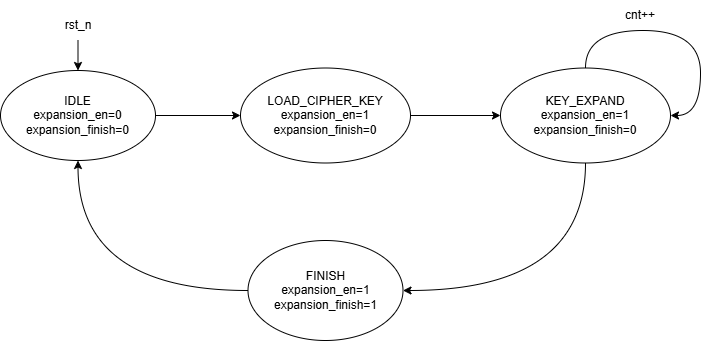
Earlier version of the draw.io export media/AESKeyExpansion-CU_FSM.png (LQLManZz/AES128-Verilog). Source tidied: cells renumbered, new cells last; positions are measured from the earlier drawing's top-left corner, leaving out a move shared by most shapes. Source of this version:
```xml
<mxGraphModel>
  <root>
    <mxCell id="0" />
    <mxCell id="1" parent="0" />
    <mxCell id="2" style="edgeStyle=orthogonalEdgeStyle;rounded=0;jettySize=auto;html=1;exitX=1;exitY=0.5;exitDx=0;exitDy=0;entryX=0;entryY=0.5;entryDx=0;entryDy=0;" parent="1" edge="1" source="3" target="7">
      <mxGeometry relative="1" as="geometry" />
    </mxCell>
    <mxCell id="3" value="IDLE&lt;div&gt;expansion_en=0&lt;/div&gt;&lt;div&gt;expansion_finish=0&lt;/div&gt;" style="ellipse;whiteSpace=wrap;html=1;" parent="1" vertex="1">
      <mxGeometry y="70" width="155" height="90" as="geometry" />
    </mxCell>
    <mxCell id="4" style="edgeStyle=orthogonalEdgeStyle;rounded=0;jettySize=auto;html=1;exitX=0.5;exitY=1;exitDx=0;exitDy=0;entryX=0.5;entryY=0;entryDx=0;entryDy=0;" parent="1" edge="1" source="5" target="3">
      <mxGeometry relative="1" as="geometry" />
    </mxCell>
    <mxCell id="5" value="rst_n" style="text;html=1;whiteSpace=wrap;strokeColor=none;fillColor=none;align=center;verticalAlign=middle;rounded=0;" parent="1" vertex="1">
      <mxGeometry x="47.5" y="10" width="60" height="30" as="geometry" />
    </mxCell>
    <mxCell id="6" style="edgeStyle=orthogonalEdgeStyle;rounded=0;jettySize=auto;html=1;exitX=1;exitY=0.5;exitDx=0;exitDy=0;entryX=0;entryY=0.5;entryDx=0;entryDy=0;" parent="1" edge="1" source="7" target="9">
      <mxGeometry relative="1" as="geometry" />
    </mxCell>
    <mxCell id="7" value="LOAD_CIPHER_KEY&lt;div&gt;expansion_en=1&lt;/div&gt;&lt;div&gt;expansion_finish=0&lt;/div&gt;" style="ellipse;whiteSpace=wrap;html=1;" parent="1" vertex="1">
      <mxGeometry x="240" y="67.5" width="170" height="95" as="geometry" />
    </mxCell>
    <mxCell id="8" style="edgeStyle=orthogonalEdgeStyle;rounded=0;jettySize=auto;html=1;exitX=0.5;exitY=1;exitDx=0;exitDy=0;entryX=1;entryY=0.5;entryDx=0;entryDy=0;curved=1;" parent="1" edge="1" source="9" target="11">
      <mxGeometry relative="1" as="geometry" />
    </mxCell>
    <mxCell id="9" value="KEY_EXPAND&lt;div&gt;&lt;div&gt;expansion_en=1&lt;/div&gt;&lt;div&gt;expansion_finish=0&lt;/div&gt;&lt;/div&gt;" style="ellipse;whiteSpace=wrap;html=1;" parent="1" vertex="1">
      <mxGeometry x="500" y="67.5" width="170" height="95" as="geometry" />
    </mxCell>
    <mxCell id="10" style="edgeStyle=orthogonalEdgeStyle;rounded=0;jettySize=auto;html=1;exitX=0;exitY=0.5;exitDx=0;exitDy=0;entryX=0.5;entryY=1;entryDx=0;entryDy=0;curved=1;" parent="1" edge="1" source="11" target="3">
      <mxGeometry relative="1" as="geometry" />
    </mxCell>
    <mxCell id="11" value="FINISH&lt;div&gt;&lt;div&gt;expansion_en=1&lt;/div&gt;&lt;div&gt;expansion_finish=1&lt;/div&gt;&lt;/div&gt;" style="ellipse;whiteSpace=wrap;html=1;" parent="1" vertex="1">
      <mxGeometry x="247.5" y="240" width="155" height="100" as="geometry" />
    </mxCell>
    <mxCell id="12" value="cnt++" style="text;html=1;whiteSpace=wrap;strokeColor=none;fillColor=none;align=center;verticalAlign=middle;rounded=0;" parent="1" vertex="1">
      <mxGeometry x="610" width="60" height="30" as="geometry" />
    </mxCell>
    <mxCell id="13" style="edgeStyle=orthogonalEdgeStyle;rounded=0;orthogonalLoop=1;jettySize=auto;html=1;exitX=0.5;exitY=0;exitDx=0;exitDy=0;entryX=1;entryY=0.5;entryDx=0;entryDy=0;curved=1;" parent="1" edge="1" source="9" target="9">
      <mxGeometry relative="1" as="geometry">
        <Array as="points">
          <mxPoint x="585" y="30" />
          <mxPoint x="700" y="30" />
          <mxPoint x="700" y="115" />
        </Array>
      </mxGeometry>
    </mxCell>
  </root>
</mxGraphModel>
```
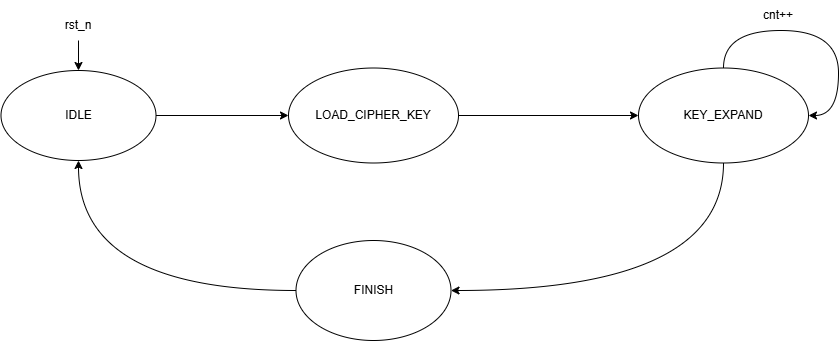
Later version of the same file.

What changed in the source:
```diff
@@ -5,42 +5,42 @@
     <mxCell id="2" style="edgeStyle=orthogonalEdgeStyle;rounded=0;jettySize=auto;html=1;exitX=1;exitY=0.5;exitDx=0;exitDy=0;entryX=0;entryY=0.5;entryDx=0;entryDy=0;" parent="1" edge="1" source="3" target="7">
       <mxGeometry relative="1" as="geometry" />
     </mxCell>
-    <mxCell id="3" value="IDLE&lt;div&gt;expansion_en=0&lt;/div&gt;&lt;div&gt;expansion_finish=0&lt;/div&gt;" style="ellipse;whiteSpace=wrap;html=1;" parent="1" vertex="1">
-      <mxGeometry y="70" width="155" height="90" as="geometry" />
+    <mxCell id="3" value="IDLE" style="ellipse;whiteSpace=wrap;html=1;" parent="1" vertex="1">
+      <mxGeometry x="-47.5" y="70" width="155" height="90" as="geometry" />
     </mxCell>
     <mxCell id="4" style="edgeStyle=orthogonalEdgeStyle;rounded=0;jettySize=auto;html=1;exitX=0.5;exitY=1;exitDx=0;exitDy=0;entryX=0.5;entryY=0;entryDx=0;entryDy=0;" parent="1" edge="1" source="5" target="3">
       <mxGeometry relative="1" as="geometry" />
     </mxCell>
     <mxCell id="5" value="rst_n" style="text;html=1;whiteSpace=wrap;strokeColor=none;fillColor=none;align=center;verticalAlign=middle;rounded=0;" parent="1" vertex="1">
-      <mxGeometry x="47.5" y="10" width="60" height="30" as="geometry" />
+      <mxGeometry y="10" width="60" height="30" as="geometry" />
     </mxCell>
     <mxCell id="6" style="edgeStyle=orthogonalEdgeStyle;rounded=0;jettySize=auto;html=1;exitX=1;exitY=0.5;exitDx=0;exitDy=0;entryX=0;entryY=0.5;entryDx=0;entryDy=0;" parent="1" edge="1" source="7" target="9">
       <mxGeometry relative="1" as="geometry" />
     </mxCell>
-    <mxCell id="7" value="LOAD_CIPHER_KEY&lt;div&gt;expansion_en=1&lt;/div&gt;&lt;div&gt;expansion_finish=0&lt;/div&gt;" style="ellipse;whiteSpace=wrap;html=1;" parent="1" vertex="1">
+    <mxCell id="7" value="LOAD_CIPHER_KEY" style="ellipse;whiteSpace=wrap;html=1;" parent="1" vertex="1">
       <mxGeometry x="240" y="67.5" width="170" height="95" as="geometry" />
     </mxCell>
     <mxCell id="8" style="edgeStyle=orthogonalEdgeStyle;rounded=0;jettySize=auto;html=1;exitX=0.5;exitY=1;exitDx=0;exitDy=0;entryX=1;entryY=0.5;entryDx=0;entryDy=0;curved=1;" parent="1" edge="1" source="9" target="11">
       <mxGeometry relative="1" as="geometry" />
     </mxCell>
-    <mxCell id="9" value="KEY_EXPAND&lt;div&gt;&lt;div&gt;expansion_en=1&lt;/div&gt;&lt;div&gt;expansion_finish=0&lt;/div&gt;&lt;/div&gt;" style="ellipse;whiteSpace=wrap;html=1;" parent="1" vertex="1">
-      <mxGeometry x="500" y="67.5" width="170" height="95" as="geometry" />
+    <mxCell id="9" value="KEY_EXPAND" style="ellipse;whiteSpace=wrap;html=1;" parent="1" vertex="1">
+      <mxGeometry x="590" y="67.5" width="170" height="95" as="geometry" />
     </mxCell>
     <mxCell id="10" style="edgeStyle=orthogonalEdgeStyle;rounded=0;jettySize=auto;html=1;exitX=0;exitY=0.5;exitDx=0;exitDy=0;entryX=0.5;entryY=1;entryDx=0;entryDy=0;curved=1;" parent="1" edge="1" source="11" target="3">
       <mxGeometry relative="1" as="geometry" />
     </mxCell>
-    <mxCell id="11" value="FINISH&lt;div&gt;&lt;div&gt;expansion_en=1&lt;/div&gt;&lt;div&gt;expansion_finish=1&lt;/div&gt;&lt;/div&gt;" style="ellipse;whiteSpace=wrap;html=1;" parent="1" vertex="1">
+    <mxCell id="11" value="FINISH" style="ellipse;whiteSpace=wrap;html=1;" parent="1" vertex="1">
       <mxGeometry x="247.5" y="240" width="155" height="100" as="geometry" />
     </mxCell>
     <mxCell id="12" value="cnt++" style="text;html=1;whiteSpace=wrap;strokeColor=none;fillColor=none;align=center;verticalAlign=middle;rounded=0;" parent="1" vertex="1">
-      <mxGeometry x="610" width="60" height="30" as="geometry" />
+      <mxGeometry x="700" width="60" height="30" as="geometry" />
     </mxCell>
     <mxCell id="13" style="edgeStyle=orthogonalEdgeStyle;rounded=0;orthogonalLoop=1;jettySize=auto;html=1;exitX=0.5;exitY=0;exitDx=0;exitDy=0;entryX=1;entryY=0.5;entryDx=0;entryDy=0;curved=1;" parent="1" edge="1" source="9" target="9">
       <mxGeometry relative="1" as="geometry">
         <Array as="points">
-          <mxPoint x="585" y="30" />
-          <mxPoint x="700" y="30" />
-          <mxPoint x="700" y="115" />
+          <mxPoint x="675" y="30" />
+          <mxPoint x="790" y="30" />
+          <mxPoint x="790" y="115" />
         </Array>
       </mxGeometry>
     </mxCell>
```
